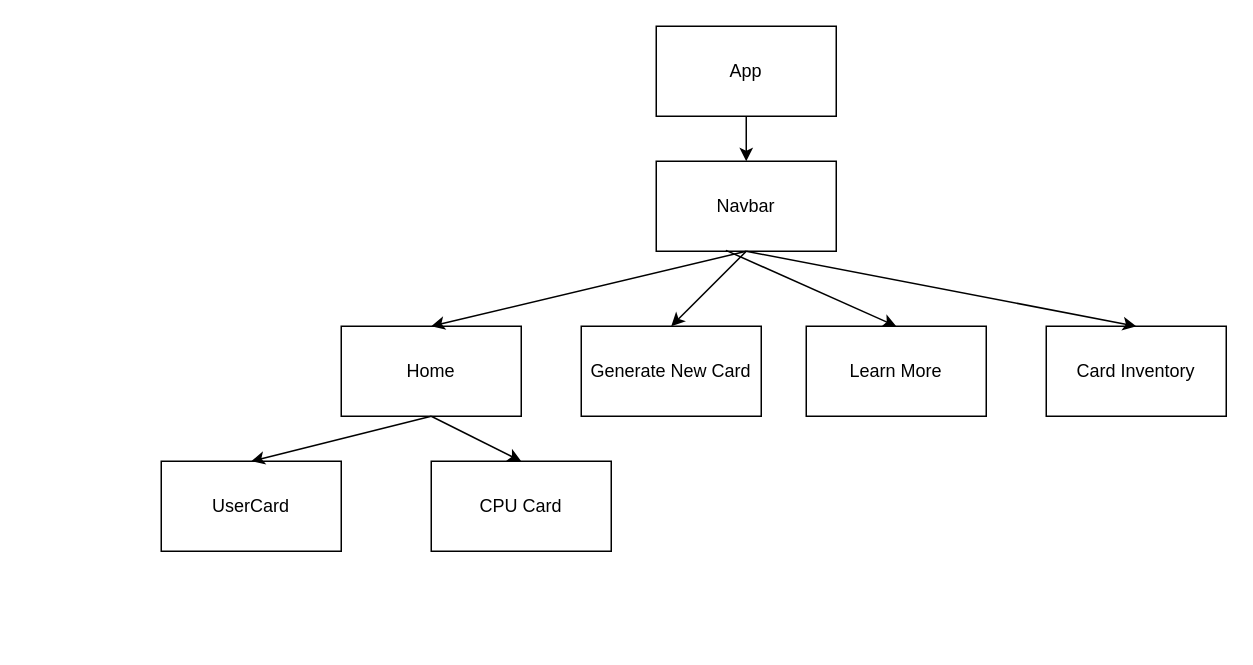
Above: my-app/src/*.drawio in PTSDradio/ArtAttack (draw.io), before the change. Source tidied: cells renumbered, new cells numbered last; positions are measured from the earlier drawing's top-left corner, leaving out a move shared by most shapes. Both pictures are drawn from the tidied source at 150%, with x=0, y=0 at pixel (160, 26).
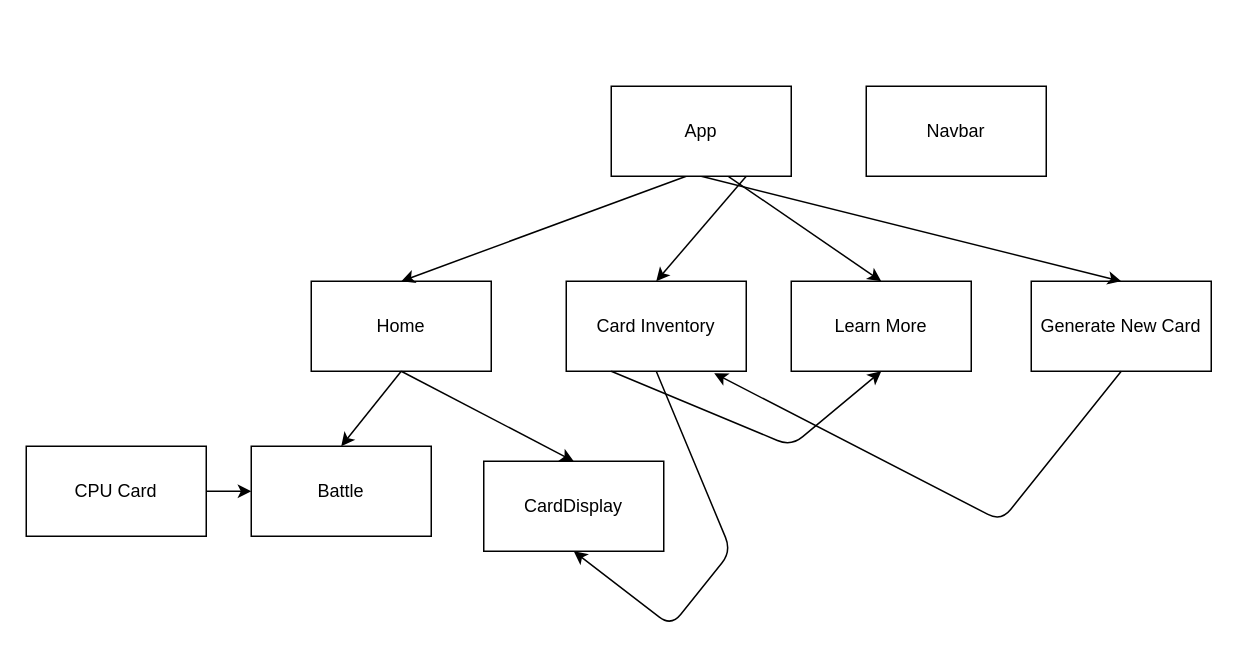
The same diagram, later.

Diff of the diagram source:
```diff
@@
     <mxCell id="2" value="Home&lt;br&gt;" style="whiteSpace=wrap;html=1;" parent="1" vertex="1">
-      <mxGeometry x="120" y="200" width="120" height="60" as="geometry" />
+      <mxGeometry x="100" y="170" width="120" height="60" as="geometry" />
     </mxCell>
-    <mxCell id="3" value="UserCard" style="whiteSpace=wrap;html=1;" parent="1" vertex="1">
-      <mxGeometry y="290" width="120" height="60" as="geometry" />
+    <mxCell id="3" value="CardDisplay" style="whiteSpace=wrap;html=1;" parent="1" vertex="1">
+      <mxGeometry x="215" y="290" width="120" height="60" as="geometry" />
     </mxCell>
     <mxCell id="4" value="CPU Card" style="whiteSpace=wrap;html=1;" parent="1" vertex="1">
-      <mxGeometry x="180" y="290" width="120" height="60" as="geometry" />
+      <mxGeometry x="-90" y="280" width="120" height="60" as="geometry" />
     </mxCell>
     <mxCell id="5" value="Generate New Card" style="whiteSpace=wrap;html=1;" parent="1" vertex="1">
-      <mxGeometry x="280" y="200" width="120" height="60" as="geometry" />
+      <mxGeometry x="580" y="170" width="120" height="60" as="geometry" />
     </mxCell>
     <mxCell id="6" value="Learn More" style="whiteSpace=wrap;html=1;" parent="1" vertex="1">
-      <mxGeometry x="430" y="200" width="120" height="60" as="geometry" />
+      <mxGeometry x="420" y="170" width="120" height="60" as="geometry" />
     </mxCell>
     <mxCell id="7" value="Card Inventory" style="whiteSpace=wrap;html=1;" parent="1" vertex="1">
-      <mxGeometry x="590" y="200" width="120" height="60" as="geometry" />
+      <mxGeometry x="270" y="170" width="120" height="60" as="geometry" />
     </mxCell>
@@
-    <mxCell id="9" style="edgeStyle=none;jettySize=auto;html=1;entryX=0.5;entryY=0;entryDx=0;entryDy=0;" parent="1" edge="1" target="4">
-      <mxGeometry relative="1" as="geometry">
-        <mxPoint x="180" y="260" as="sourcePoint" />
-      </mxGeometry>
+    <mxCell id="9" style="edgeStyle=none;jettySize=auto;html=1;exitX=0.5;exitY=1;exitDx=0;exitDy=0;entryX=0.5;entryY=0;entryDx=0;entryDy=0;" parent="1" edge="1" source="2" target="20">
+      <mxGeometry relative="1" as="geometry" />
     </mxCell>
     <mxCell id="10" value="Navbar" style="whiteSpace=wrap;html=1;" parent="1" vertex="1">
-      <mxGeometry x="330" y="90" width="120" height="60" as="geometry" />
+      <mxGeometry x="470" y="40" width="120" height="60" as="geometry" />
     </mxCell>
-    <mxCell id="11" style="edgeStyle=none;jettySize=auto;html=1;entryX=0.5;entryY=0;entryDx=0;entryDy=0;exitX=0.5;exitY=1;exitDx=0;exitDy=0;" parent="1" edge="1" source="10" target="2">
-      <mxGeometry relative="1" as="geometry" />
+    <mxCell id="11" style="edgeStyle=none;jettySize=auto;html=1;entryX=0.5;entryY=0;entryDx=0;entryDy=0;" parent="1" edge="1" target="2">
+      <mxGeometry relative="1" as="geometry">
+        <mxPoint x="350" y="100" as="sourcePoint" />
+      </mxGeometry>
     </mxCell>
-    <mxCell id="12" style="edgeStyle=none;jettySize=auto;html=1;entryX=0.5;entryY=0;entryDx=0;entryDy=0;exitX=0.5;exitY=1;exitDx=0;exitDy=0;" parent="1" edge="1" source="10" target="5">
+    <mxCell id="12" style="edgeStyle=none;jettySize=auto;html=1;entryX=0.5;entryY=0;entryDx=0;entryDy=0;exitX=0.5;exitY=1;exitDx=0;exitDy=0;" parent="1" edge="1" source="15" target="5">
       <mxGeometry relative="1" as="geometry" />
     </mxCell>
-    <mxCell id="13" style="edgeStyle=none;jettySize=auto;html=1;entryX=0.5;entryY=0;entryDx=0;entryDy=0;exitX=0.387;exitY=0.99;exitDx=0;exitDy=0;exitPerimeter=0;" parent="1" edge="1" source="10" target="6">
+    <mxCell id="13" style="edgeStyle=none;jettySize=auto;html=1;entryX=0.5;entryY=0;entryDx=0;entryDy=0;exitX=0.652;exitY=1.003;exitDx=0;exitDy=0;exitPerimeter=0;" parent="1" edge="1" source="15" target="6">
       <mxGeometry relative="1" as="geometry" />
     </mxCell>
-    <mxCell id="14" style="edgeStyle=none;jettySize=auto;html=1;entryX=0.5;entryY=0;entryDx=0;entryDy=0;exitX=0.5;exitY=1;exitDx=0;exitDy=0;" parent="1" edge="1" source="10" target="7">
+    <mxCell id="14" style="edgeStyle=none;jettySize=auto;html=1;entryX=0.5;entryY=0;entryDx=0;entryDy=0;exitX=0.75;exitY=1;exitDx=0;exitDy=0;" parent="1" edge="1" source="15" target="7">
       <mxGeometry relative="1" as="geometry" />
     </mxCell>
     <mxCell id="15" value="App" style="whiteSpace=wrap;html=1;" parent="1" vertex="1">
-      <mxGeometry x="330" width="120" height="60" as="geometry" />
+      <mxGeometry x="300" y="40" width="120" height="60" as="geometry" />
     </mxCell>
-    <mxCell id="16" style="edgeStyle=none;jettySize=auto;html=1;entryX=0.5;entryY=0;entryDx=0;entryDy=0;" parent="1" edge="1" target="10">
-      <mxGeometry relative="1" as="geometry">
-        <mxPoint x="390" y="60" as="sourcePoint" />
-      </mxGeometry>
-    </mxCell>
+    <mxCell id="17" style="edgeStyle=none;jettySize=auto;html=1;entryX=0.5;entryY=1;entryDx=0;entryDy=0;exitX=0.5;exitY=1;exitDx=0;exitDy=0;" parent="1" edge="1" source="7" target="3">
+      <mxGeometry relative="1" as="geometry">
+        <Array as="points">
+          <mxPoint x="380" y="350" />
+          <mxPoint x="340" y="400" />
+        </Array>
+      </mxGeometry>
+    </mxCell>
+    <mxCell id="18" style="edgeStyle=none;jettySize=auto;html=1;entryX=0.822;entryY=1.023;entryDx=0;entryDy=0;exitX=0.5;exitY=1;exitDx=0;exitDy=0;entryPerimeter=0;" parent="1" edge="1" source="5" target="7">
+      <mxGeometry relative="1" as="geometry">
+        <Array as="points">
+          <mxPoint x="560" y="330" />
+        </Array>
+      </mxGeometry>
+    </mxCell>
+    <mxCell id="19" style="edgeStyle=none;jettySize=auto;html=1;exitX=0.25;exitY=1;exitDx=0;exitDy=0;entryX=0.5;entryY=1;entryDx=0;entryDy=0;" parent="1" edge="1" source="7" target="6">
+      <mxGeometry relative="1" as="geometry">
+        <Array as="points">
+          <mxPoint x="420" y="280" />
+        </Array>
+      </mxGeometry>
+    </mxCell>
+    <mxCell id="20" value="Battle" style="whiteSpace=wrap;html=1;" parent="1" vertex="1">
+      <mxGeometry x="60" y="280" width="120" height="60" as="geometry" />
+    </mxCell>
+    <mxCell id="21" style="edgeStyle=none;orthogonalLoop=1;jettySize=auto;html=1;" parent="1" edge="1">
+      <mxGeometry relative="1" as="geometry">
+        <mxPoint x="30" y="310" as="sourcePoint" />
+        <mxPoint x="60" y="310" as="targetPoint" />
+      </mxGeometry>
+    </mxCell>
```
